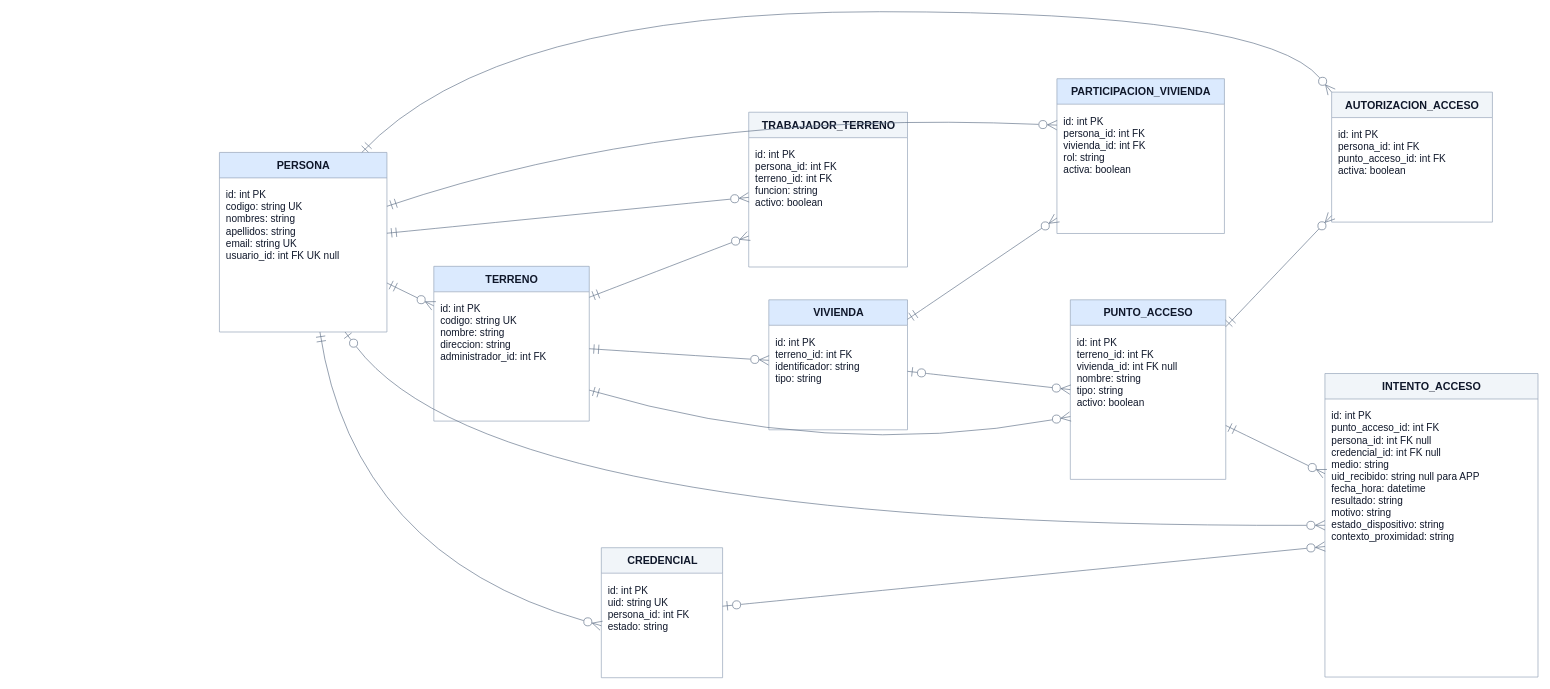
This is page "ER v1 completo" (1 of 2) of er/SmartConnect_ER_v1.drawio from amaruprog14/smartconnect, a draw.io file, before an edit. Source tidied: cells renumbered, new cells numbered last; positions are measured from the earlier drawing's top-left corner, leaving out a move shared by most shapes. Both pictures are drawn from the tidied source at 67%, with x=0, y=0 at pixel (219, 11).
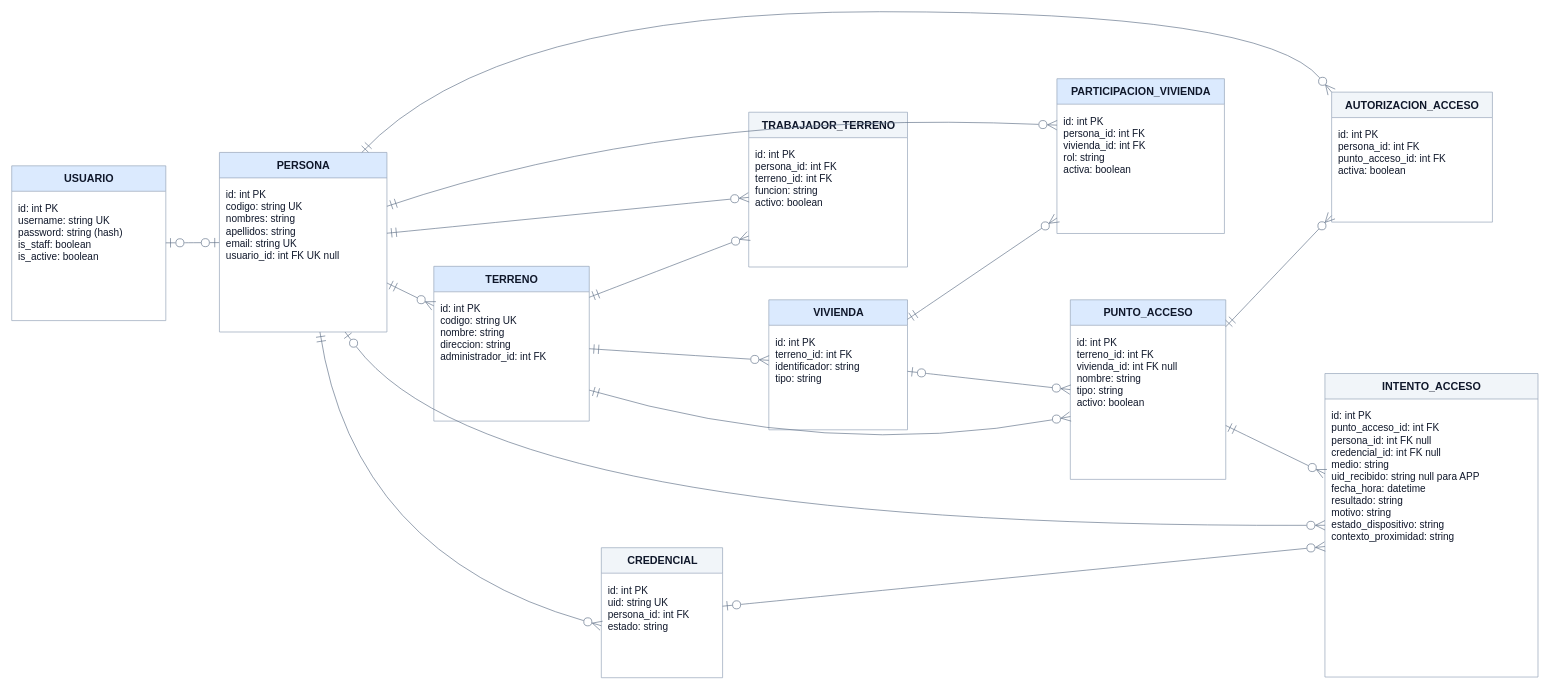
The same diagram, later.

Commit message (it also covers changes not shown here):
Actualiza el ER con la entidad USUARIO

Unchanged cells that the change refers to:
```xml
<mxCell id="2" value="PERSONA" style="swimlane;html=1;startSize=38;horizontal=1;rounded=0;fillColor=#dbeafe;swimlaneFillColor=#ffffff;strokeColor=#94a3b8;fontColor=#0f172a;fontSize=16;fontStyle=1;align=center;" parent="1" vertex="1">
  <mxGeometry y="210" width="250" height="268" as="geometry" />
</mxCell>
```

Change to the diagram source:
```diff
@@
+    <mxCell id="34" value="USUARIO" style="swimlane;html=1;startSize=38;horizontal=1;rounded=0;fillColor=#dbeafe;swimlaneFillColor=#ffffff;strokeColor=#94a3b8;fontColor=#0f172a;fontSize=16;fontStyle=1;align=center;" parent="1" vertex="1">
+      <mxGeometry x="-310" y="230" width="230" height="231" as="geometry" />
+    </mxCell>
+    <mxCell id="35" value="id: int PK&lt;br&gt;username: string UK&lt;br&gt;password: string (hash)&lt;br&gt;is_staff: boolean&lt;br&gt;is_active: boolean" style="text;html=1;strokeColor=none;fillColor=none;align=left;verticalAlign=top;whiteSpace=wrap;spacing=10;spacingTop=2;fontSize=15;fontStyle=0;fontColor=#0f172a;" parent="34" vertex="1">
+      <mxGeometry y="38" width="230" height="193" as="geometry" />
+    </mxCell>
+    <mxCell id="36" style="curved=1;rounded=1;html=1;startArrow=ERzeroToOne;endArrow=ERzeroToOne;startFill=0;endFill=0;startSize=12;endSize=12;strokeColor=#64748b;" parent="1" edge="1" source="34" target="2">
+      <mxGeometry relative="1" as="geometry" />
+    </mxCell>
```
